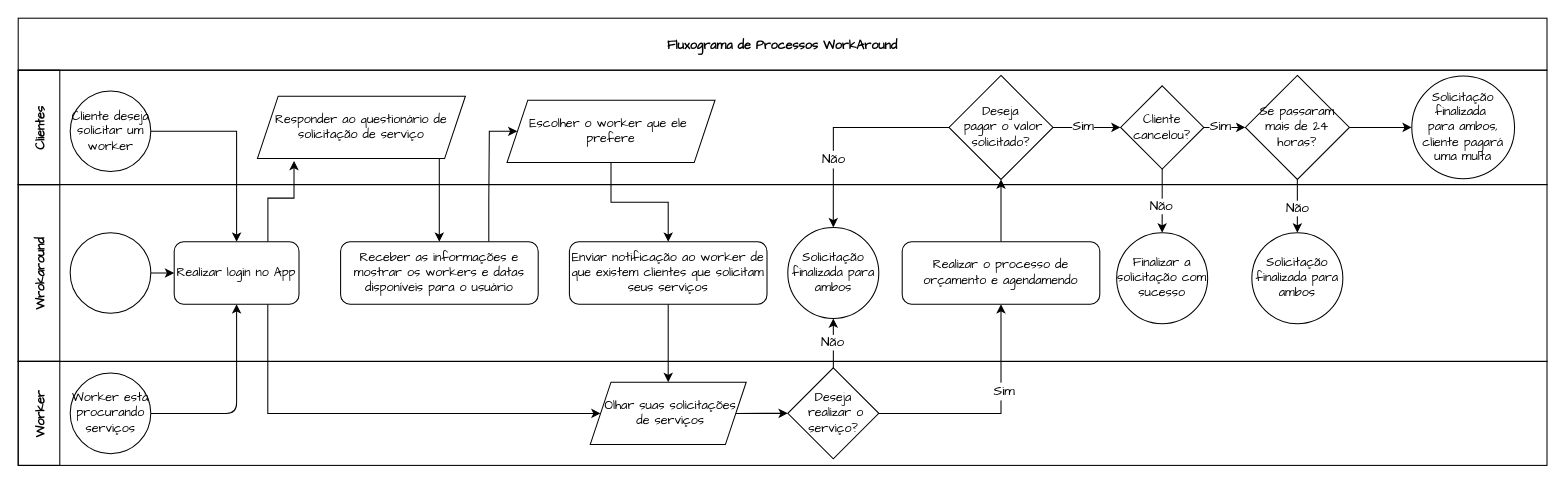
Above: flowchart/Fluxograma de Processos.drawio in vichelly/WorkAround_B2C (draw.io), before the change. Source tidied: cells renumbered, new cells numbered last; positions are measured from the earlier drawing's top-left corner, leaving out a move shared by most shapes. Both pictures are drawn from the tidied source at 104%, with x=0, y=0 at pixel (18, 18).
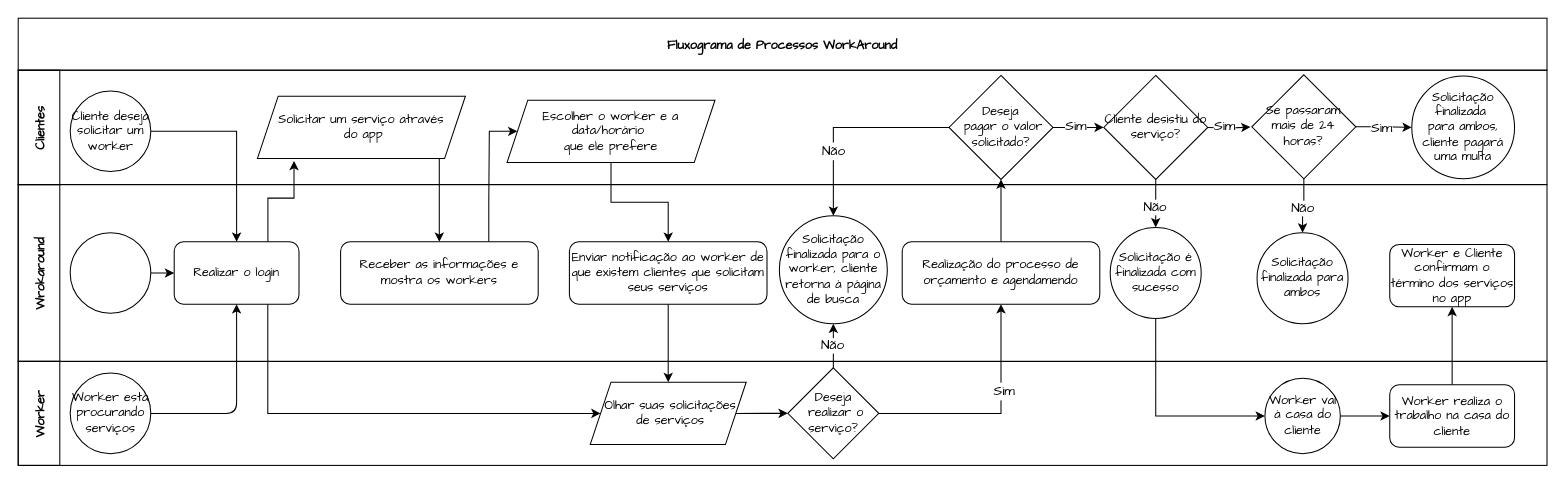
Above is the later version.

The change refers to these unchanged cells:
```xml
<mxCell id="40" value="Deseja&lt;div&gt;&amp;nbsp;pagar o valor solicitado?&lt;/div&gt;" style="rhombus;whiteSpace=wrap;html=1;fontFamily=Comic Sans MS;" parent="1" vertex="1">
  <mxGeometry x="895" y="55" width="100" height="100" as="geometry" />
</mxCell>
```

Change to the diagram source:
```diff
@@
-    <mxCell id="15" value="Realizar login no App" style="rounded=1;whiteSpace=wrap;html=1;flipH=0;fontFamily=Comic Sans MS;" parent="1" vertex="1">
+    <mxCell id="15" value="Realizar o login" style="rounded=1;whiteSpace=wrap;html=1;flipH=0;fontFamily=Comic Sans MS;" parent="1" vertex="1">
       <mxGeometry x="150" y="215" width="120" height="60" as="geometry" />
     </mxCell>
@@
-    <mxCell id="22" value="Receber as informações e mostrar os workers e datas disponíveis para o usuário" style="rounded=1;whiteSpace=wrap;html=1;flipH=0;fontFamily=Comic Sans MS;" parent="1" vertex="1">
+    <mxCell id="22" value="Receber as informações e mostra os workers" style="rounded=1;whiteSpace=wrap;html=1;flipH=0;fontFamily=Comic Sans MS;" parent="1" vertex="1">
       <mxGeometry x="310" y="215" width="190" height="60" as="geometry" />
     </mxCell>
-    <mxCell id="23" value="Responder ao questionário de solicitação de serviço" style="shape=parallelogram;perimeter=parallelogramPerimeter;whiteSpace=wrap;html=1;fixedSize=1;flipH=0;fontFamily=Comic Sans MS;" parent="1" vertex="1">
+    <mxCell id="23" value="Solicitar um serviço através&lt;div&gt;&amp;nbsp;do app&lt;/div&gt;" style="shape=parallelogram;perimeter=parallelogramPerimeter;whiteSpace=wrap;html=1;fixedSize=1;flipH=0;fontFamily=Comic Sans MS;" parent="1" vertex="1">
       <mxGeometry x="230" y="75" width="200" height="60" as="geometry" />
     </mxCell>
-    <mxCell id="24" value="Solicitação finalizada para ambos" style="ellipse;whiteSpace=wrap;html=1;flipH=0;fontFamily=Comic Sans MS;" parent="1" vertex="1">
-      <mxGeometry x="740" y="201.2" width="87.5" height="87.5" as="geometry" />
+    <mxCell id="24" value="Solicitação finalizada para o worker, cliente retorna à página de busca" style="ellipse;whiteSpace=wrap;html=1;flipH=0;fontFamily=Comic Sans MS;" parent="1" vertex="1">
+      <mxGeometry x="731.9" y="190" width="103.8" height="103.8" as="geometry" />
     </mxCell>
@@
-    <mxCell id="26" value="Escolher o worker que ele&amp;nbsp;&lt;div&gt;prefere&lt;/div&gt;" style="shape=parallelogram;perimeter=parallelogramPerimeter;whiteSpace=wrap;html=1;fixedSize=1;flipH=0;fontFamily=Comic Sans MS;" parent="1" vertex="1">
+    <mxCell id="26" value="Escolher o worker e a data/horário&amp;nbsp;&lt;div&gt;que ele&amp;nbsp;&lt;span style=&quot;background-color: initial;&quot;&gt;prefere&lt;/span&gt;&lt;/div&gt;" style="shape=parallelogram;perimeter=parallelogramPerimeter;whiteSpace=wrap;html=1;fixedSize=1;flipH=0;fontFamily=Comic Sans MS;" parent="1" vertex="1">
       <mxGeometry x="470" y="78.8" width="200" height="60" as="geometry" />
     </mxCell>
@@
-    <mxCell id="35" value="Realizar o processo de orçamento e agendamendo" style="rounded=1;whiteSpace=wrap;html=1;flipH=0;fontFamily=Comic Sans MS;" parent="1" vertex="1">
+    <mxCell id="35" value="Realização do processo de orçamento e agendamendo" style="rounded=1;whiteSpace=wrap;html=1;flipH=0;fontFamily=Comic Sans MS;" parent="1" vertex="1">
       <mxGeometry x="850" y="215" width="190" height="60" as="geometry" />
     </mxCell>
@@
-    <mxCell id="38" style="edgeStyle=orthogonalEdgeStyle;rounded=0;jettySize=auto;html=1;entryX=0;entryY=0.5;entryDx=0;entryDy=0;" parent="1" edge="1" source="40" target="46">
+    <mxCell id="38" style="edgeStyle=orthogonalEdgeStyle;rounded=0;jettySize=auto;html=1;entryX=0;entryY=0.5;entryDx=0;entryDy=0;" parent="1" edge="1" source="40" target="60">
       <mxGeometry relative="1" as="geometry" />
     </mxCell>
@@
-    <mxCell id="41" style="edgeStyle=orthogonalEdgeStyle;rounded=0;jettySize=auto;html=1;entryX=0.5;entryY=0;entryDx=0;entryDy=0;exitX=0.5;exitY=1;exitDx=0;exitDy=0;" parent="1" edge="1" source="46" target="43">
+    <mxCell id="41" style="edgeStyle=orthogonalEdgeStyle;rounded=0;jettySize=auto;html=1;entryX=0.5;entryY=0;entryDx=0;entryDy=0;exitX=0.5;exitY=1;exitDx=0;exitDy=0;" parent="1" edge="1" source="60" target="43">
       <mxGeometry relative="1" as="geometry" />
     </mxCell>
@@
+    <mxCell id="53" style="edgeStyle=orthogonalEdgeStyle;rounded=0;jettySize=auto;html=1;entryX=0;entryY=0.5;entryDx=0;entryDy=0;exitX=0.5;exitY=1;exitDx=0;exitDy=0;" parent="1" edge="1" source="43" target="56">
+      <mxGeometry relative="1" as="geometry" />
+    </mxCell>
-    <mxCell id="43" value="Finalizar a solicitação com sucesso" style="ellipse;whiteSpace=wrap;html=1;flipH=0;fontFamily=Comic Sans MS;" parent="1" vertex="1">
-      <mxGeometry x="1056.2" y="206.2" width="87.5" height="87.5" as="geometry" />
+    <mxCell id="43" value="Solicitação é finalizada com sucesso" style="ellipse;whiteSpace=wrap;html=1;flipH=0;fontFamily=Comic Sans MS;" parent="1" vertex="1">
+      <mxGeometry x="1050" y="201.2" width="87.5" height="87.5" as="geometry" />
     </mxCell>
-    <mxCell id="44" style="edgeStyle=orthogonalEdgeStyle;rounded=0;jettySize=auto;html=1;entryX=0;entryY=0.5;entryDx=0;entryDy=0;" parent="1" edge="1" source="46" target="50">
-      <mxGeometry relative="1" as="geometry" />
+    <mxCell id="44" style="edgeStyle=orthogonalEdgeStyle;rounded=0;jettySize=auto;html=1;entryX=-0.013;entryY=0.503;entryDx=0;entryDy=0;entryPerimeter=0;" parent="1" edge="1" target="50">
+      <mxGeometry relative="1" as="geometry">
+        <mxPoint x="1143.8" y="105" as="sourcePoint" />
+      </mxGeometry>
     </mxCell>
@@
-    <mxCell id="46" value="&lt;font face=&quot;Comic Sans MS&quot;&gt;Cliente cancelou?&lt;/font&gt;" style="rhombus;whiteSpace=wrap;html=1;" parent="1" vertex="1">
-      <mxGeometry x="1060" y="65" width="80" height="80" as="geometry" />
-    </mxCell>
@@
     <mxCell id="50" value="Se passaram mais de 24 horas?" style="rhombus;whiteSpace=wrap;html=1;fontFamily=Comic Sans MS;" parent="1" vertex="1">
-      <mxGeometry x="1180" y="55" width="100" height="100" as="geometry" />
+      <mxGeometry x="1186.2" y="54.4" width="100" height="100" as="geometry" />
     </mxCell>
     <mxCell id="51" value="Solicitação finalizada para ambos" style="ellipse;whiteSpace=wrap;html=1;flipH=0;fontFamily=Comic Sans MS;" parent="1" vertex="1">
-      <mxGeometry x="1186.2" y="206.2" width="87.5" height="87.5" as="geometry" />
+      <mxGeometry x="1191.2" y="206.2" width="87.5" height="87.5" as="geometry" />
     </mxCell>
@@
+    <mxCell id="54" value="&lt;font style=&quot;font-size: 13px;&quot; face=&quot;Comic Sans MS&quot;&gt;Sim&lt;/font&gt;" style="edgeLabel;html=1;align=center;verticalAlign=middle;" parent="1" vertex="1">
+      <mxGeometry x="1310" y="105" as="geometry" />
+    </mxCell>
+    <mxCell id="55" style="edgeStyle=orthogonalEdgeStyle;rounded=0;jettySize=auto;html=1;entryX=0;entryY=0.5;entryDx=0;entryDy=0;" parent="1" edge="1" source="56" target="58">
+      <mxGeometry relative="1" as="geometry" />
+    </mxCell>
+    <mxCell id="56" value="Worker vai à casa do cliente" style="ellipse;whiteSpace=wrap;html=1;fontFamily=Comic Sans MS;" parent="1" vertex="1">
+      <mxGeometry x="1198.8" y="346.2" width="72.5" height="72.5" as="geometry" />
+    </mxCell>
+    <mxCell id="57" style="edgeStyle=orthogonalEdgeStyle;rounded=0;jettySize=auto;html=1;entryX=0.5;entryY=1;entryDx=0;entryDy=0;" parent="1" edge="1" source="58" target="59">
+      <mxGeometry relative="1" as="geometry" />
+    </mxCell>
+    <mxCell id="58" value="Worker realiza o trabalho na casa do cliente" style="rounded=1;whiteSpace=wrap;html=1;fontFamily=Comic Sans MS;" parent="1" vertex="1">
+      <mxGeometry x="1318.8" y="352.5" width="120" height="60" as="geometry" />
+    </mxCell>
+    <mxCell id="59" value="Worker e Cliente confirmam o término dos serviços no app" style="rounded=1;whiteSpace=wrap;html=1;fontFamily=Comic Sans MS;" parent="1" vertex="1">
+      <mxGeometry x="1318.8" y="217.5" width="120" height="60" as="geometry" />
+    </mxCell>
+    <mxCell id="60" value="Cliente desistiu do serviço?" style="rhombus;whiteSpace=wrap;html=1;fontFamily=Comic Sans MS;" parent="1" vertex="1">
+      <mxGeometry x="1043.8" y="55" width="100" height="100" as="geometry" />
+    </mxCell>
```
